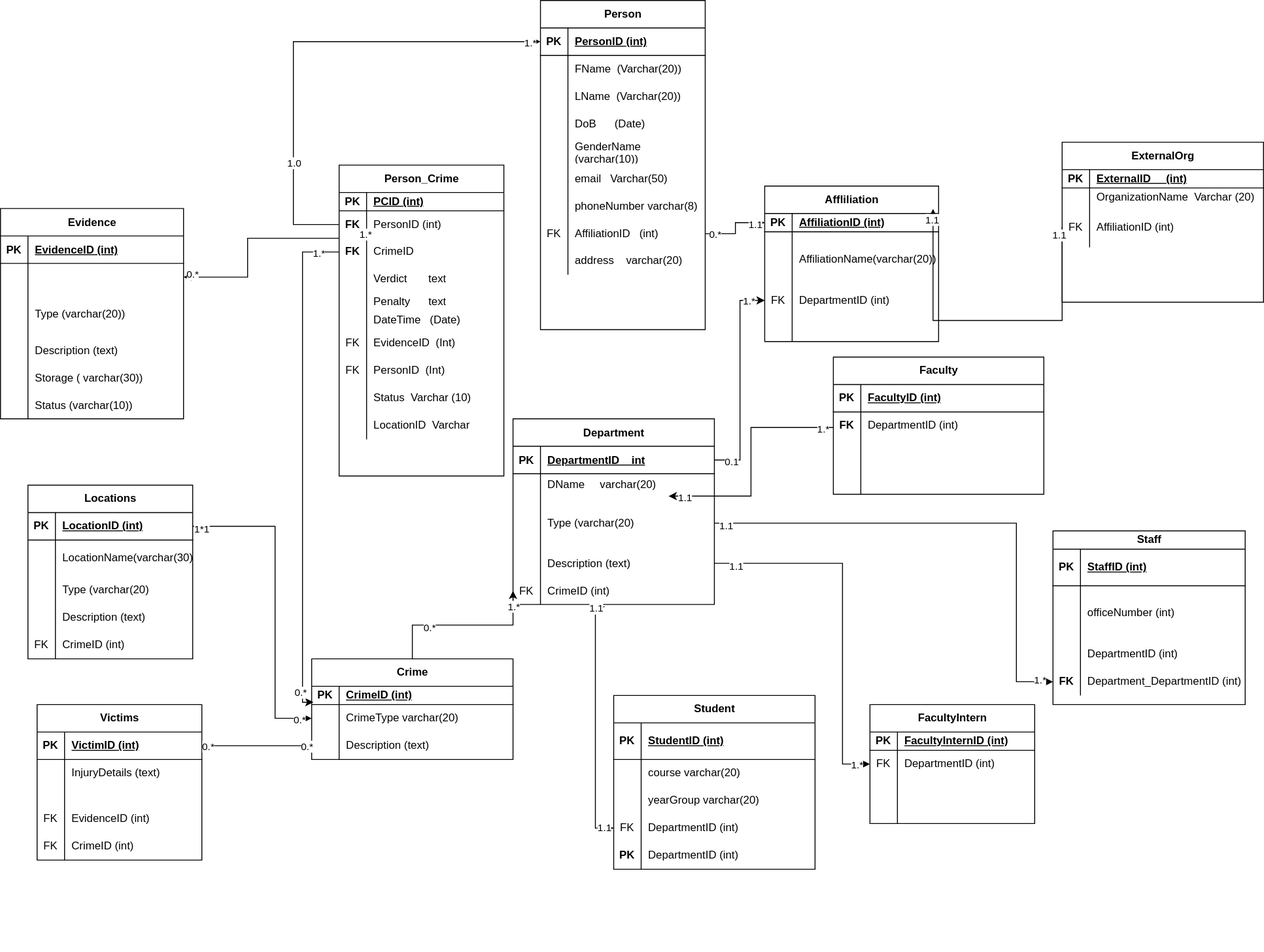
This is Untitled Diagram.drawio.svg from Priscile2/Diagrams, a draw.io export, as it was before one commit. Source tidied: cells renumbered, new cells last; positions are measured from the earlier drawing's top-left corner, leaving out a move shared by most shapes.
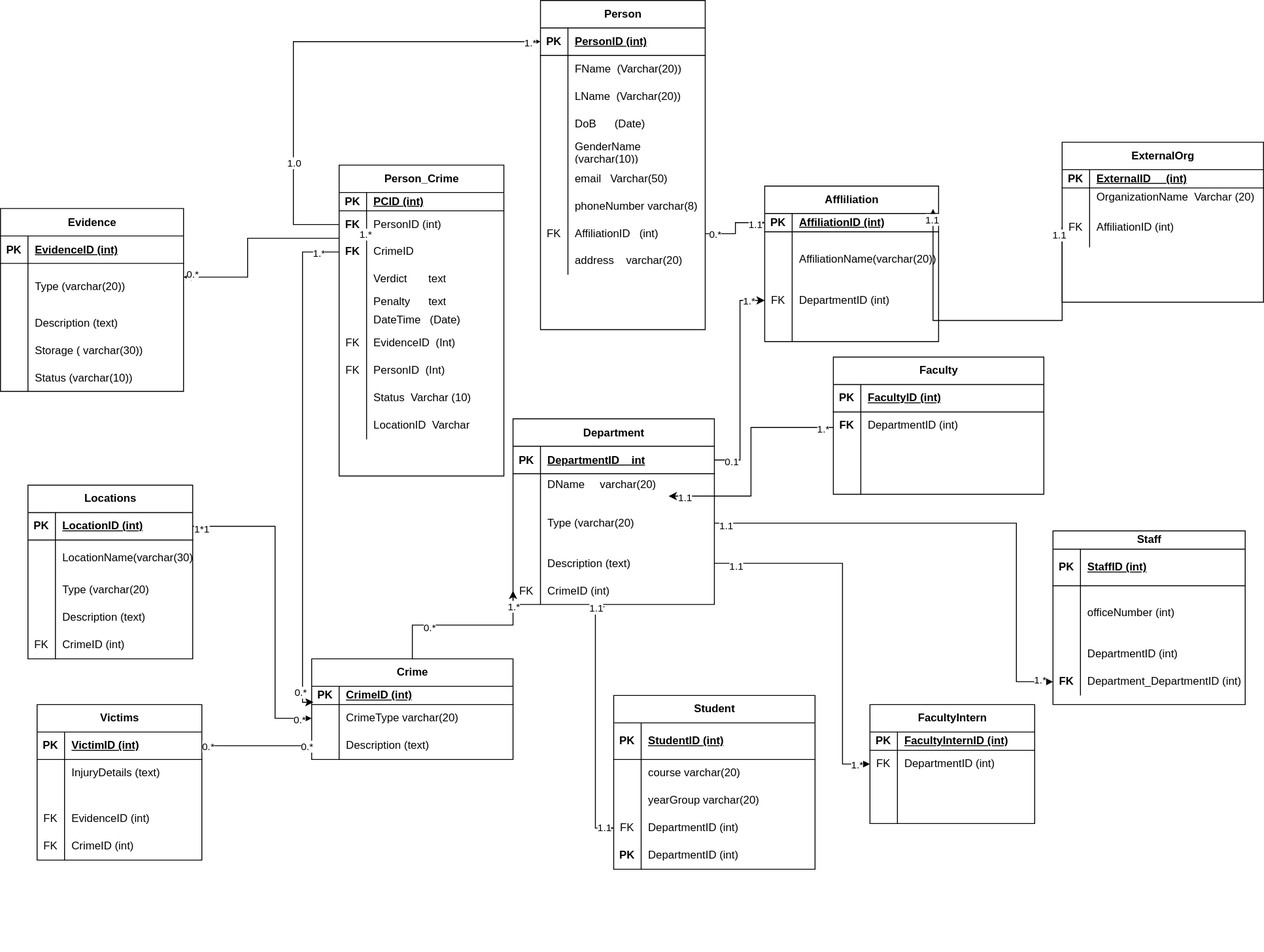
The same file after the commit.

Commit message:
Mettre à jour Untitled Diagram.drawio.svg

Change to the diagram source:
```diff
@@ -174,7 +174,7 @@
       <mxGeometry x="30" width="190" height="30" as="geometry" />
     </mxCell>
     <mxCell id="59" value="Evidence" style="shape=table;startSize=30;rowLines=0;fontStyle=1;align=center;html=1;" parent="1" vertex="1">
-      <mxGeometry y="227.5" width="200" height="230" as="geometry" />
+      <mxGeometry y="227.5" width="200" height="200" as="geometry" />
     </mxCell>
     <mxCell id="60" style="shape=tableRow;horizontal=0;startSize=0;swimlaneHead=0;swimlaneBody=0;fillColor=none;top=0;left=0;right=0;bottom=1;" parent="59" vertex="1">
       <mxGeometry y="30" width="200" height="30" as="geometry" />
@@ -185,17 +185,8 @@
     <mxCell id="62" value="EvidenceID (int)" style="shape=partialRectangle;fillColor=none;top=0;left=0;bottom=0;right=0;align=left;spacingLeft=6;fontStyle=5;overflow=hidden;whiteSpace=wrap;html=1;" parent="60" vertex="1">
       <mxGeometry x="30" width="170" height="30" as="geometry" />
     </mxCell>
-    <mxCell id="63" style="shape=tableRow;horizontal=0;startSize=0;swimlaneHead=0;swimlaneBody=0;fillColor=none;points=[[0,0.5],[1,0.5]];portConstraint=eastwest;top=0;left=0;right=0;bottom=0;" parent="59" vertex="1">
-      <mxGeometry y="60" width="200" height="30" as="geometry" />
-    </mxCell>
-    <mxCell id="64" style="shape=partialRectangle;fillColor=none;top=0;left=0;bottom=0;right=0;overflow=hidden;whiteSpace=wrap;html=1;" parent="63" vertex="1">
-      <mxGeometry width="30" height="30" as="geometry" />
-    </mxCell>
-    <mxCell id="65" style="shape=partialRectangle;fillColor=none;top=0;left=0;bottom=0;right=0;align=left;spacingLeft=6;overflow=hidden;whiteSpace=wrap;html=1;" parent="63" vertex="1">
-      <mxGeometry x="30" width="170" height="30" as="geometry" />
-    </mxCell>
     <mxCell id="66" style="shape=tableRow;horizontal=0;startSize=0;swimlaneHead=0;swimlaneBody=0;fillColor=none;top=0;left=0;right=0;bottom=0;" parent="59" vertex="1">
-      <mxGeometry y="90" width="200" height="50" as="geometry" />
+      <mxGeometry y="60" width="200" height="50" as="geometry" />
     </mxCell>
     <mxCell id="67" style="shape=partialRectangle;fillColor=none;top=0;left=0;bottom=0;right=0;overflow=hidden;whiteSpace=wrap;html=1;" parent="66" vertex="1">
       <mxGeometry width="30" height="50" as="geometry" />
@@ -204,7 +195,7 @@
       <mxGeometry x="30" width="170" height="50" as="geometry" />
     </mxCell>
     <mxCell id="69" style="shape=tableRow;horizontal=0;startSize=0;swimlaneHead=0;swimlaneBody=0;fillColor=none;top=0;left=0;right=0;bottom=0;" parent="59" vertex="1">
-      <mxGeometry y="140" width="200" height="30" as="geometry" />
+      <mxGeometry y="110" width="200" height="30" as="geometry" />
     </mxCell>
     <mxCell id="70" style="shape=partialRectangle;fillColor=none;top=0;left=0;bottom=0;right=0;overflow=hidden;whiteSpace=wrap;html=1;" parent="69" vertex="1">
       <mxGeometry width="30" height="30" as="geometry" />
@@ -213,7 +204,7 @@
       <mxGeometry x="30" width="170" height="30" as="geometry" />
     </mxCell>
     <mxCell id="72" style="shape=tableRow;horizontal=0;startSize=0;swimlaneHead=0;swimlaneBody=0;fillColor=none;top=0;left=0;right=0;bottom=0;" parent="59" vertex="1">
-      <mxGeometry y="170" width="200" height="30" as="geometry" />
+      <mxGeometry y="140" width="200" height="30" as="geometry" />
     </mxCell>
     <mxCell id="73" style="shape=partialRectangle;fillColor=none;top=0;left=0;bottom=0;right=0;overflow=hidden;whiteSpace=wrap;html=1;" parent="72" vertex="1">
       <mxGeometry width="30" height="30" as="geometry" />
@@ -222,7 +213,7 @@
       <mxGeometry x="30" width="170" height="30" as="geometry" />
     </mxCell>
     <mxCell id="75" style="shape=tableRow;horizontal=0;startSize=0;swimlaneHead=0;swimlaneBody=0;fillColor=none;top=0;left=0;right=0;bottom=0;" parent="59" vertex="1">
-      <mxGeometry y="200" width="200" height="30" as="geometry" />
+      <mxGeometry y="170" width="200" height="30" as="geometry" />
     </mxCell>
     <mxCell id="76" style="shape=partialRectangle;fillColor=none;top=0;left=0;bottom=0;right=0;overflow=hidden;whiteSpace=wrap;html=1;" parent="75" vertex="1">
       <mxGeometry width="30" height="30" as="geometry" />
@@ -776,8 +767,9 @@
         <mxPoint x="1" as="offset" />
       </mxGeometry>
     </mxCell>
-    <mxCell id="246" style="edgeStyle=elbowEdgeStyle;rounded=0;jettySize=auto;html=1;entryX=1;entryY=0.5;entryDx=0;entryDy=0;" parent="1" edge="1" source="82" target="63">
+    <mxCell id="246" style="edgeStyle=elbowEdgeStyle;rounded=0;jettySize=auto;html=1;entryX=1;entryY=0.5;entryDx=0;entryDy=0;" parent="1" edge="1" source="82">
       <mxGeometry relative="1" as="geometry">
+        <mxPoint x="200" y="302.5" as="targetPoint" />
         <Array as="points">
           <mxPoint x="270" y="260" />
         </Array>
```
